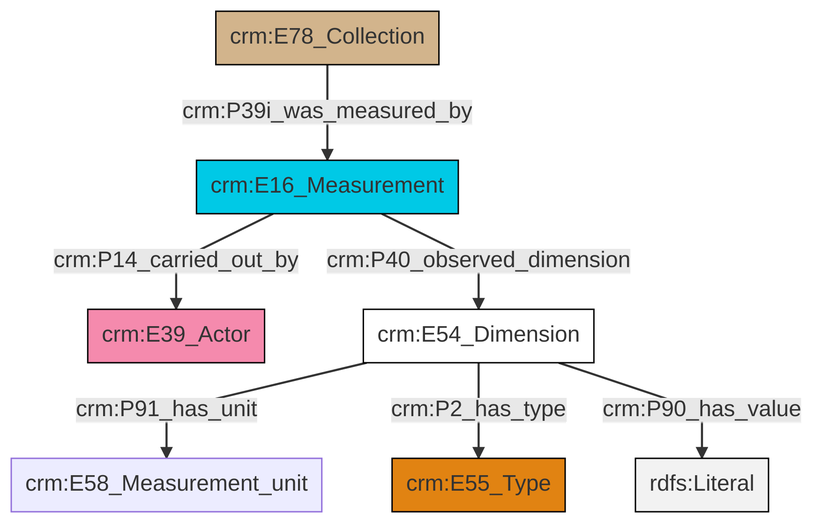
Before: et/archivalCSV/ttl/mmd/png/archival_substance.png, a diagram exported from Mermaid (swiss-art-research-net/docs.swissartresearch). Its source is kept beside it as et/archivalCSV/ttl/mmd/archival_substance.ttl.mmd.
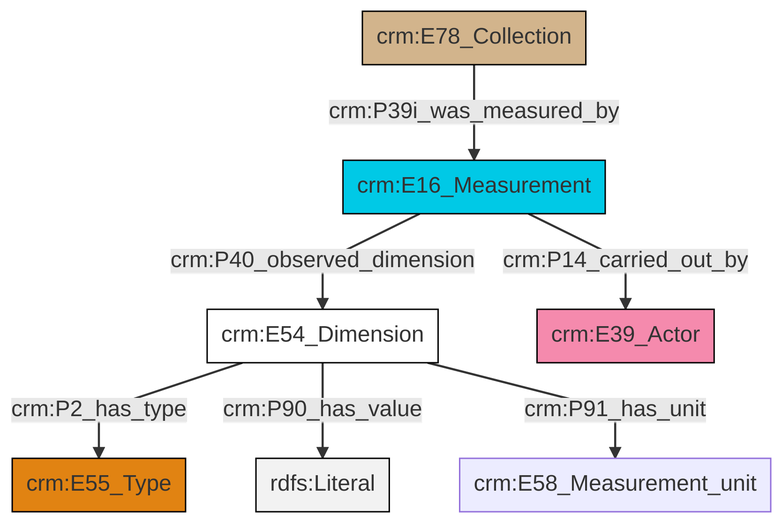
After the commit.

Change to the diagram source:
```diff
@@ -13,9 +13,9 @@
 classDef PC_Classes fill:#4ce600, stroke:#000000;
 classDef Multi fill:#cccccc,stroke:#000000;
 
-2["crm:E78_Collection"]:::Physical_Thing -->|crm:P39i_was_measured_by| 3["crm:E16_Measurement"]:::Temporal_Entity
-9["crm:E54_Dimension"]:::CRM_Entity -->|crm:P91_has_unit| 5["crm:E58_Measurement_unit"]:::Default
-9["crm:E54_Dimension"]:::CRM_Entity -->|crm:P2_has_type| 7["crm:E55_Type"]:::Type
-9["crm:E54_Dimension"]:::CRM_Entity -->|crm:P90_has_value| 10[rdfs:Literal]:::Literal
-3["crm:E16_Measurement"]:::Temporal_Entity -->|crm:P40_observed_dimension| 9["crm:E54_Dimension"]:::CRM_Entity
-3["crm:E16_Measurement"]:::Temporal_Entity -->|crm:P14_carried_out_by| 0["crm:E39_Actor"]:::Actor
+4["crm:E16_Measurement"]:::Temporal_Entity -->|crm:P40_observed_dimension| 6["crm:E54_Dimension"]:::CRM_Entity
+2["crm:E78_Collection"]:::Physical_Thing -->|crm:P39i_was_measured_by| 4["crm:E16_Measurement"]:::Temporal_Entity
+4["crm:E16_Measurement"]:::Temporal_Entity -->|crm:P14_carried_out_by| 7["crm:E39_Actor"]:::Actor
+6["crm:E54_Dimension"]:::CRM_Entity -->|crm:P2_has_type| 10["crm:E55_Type"]:::Type
+6["crm:E54_Dimension"]:::CRM_Entity -->|crm:P90_has_value| 11[rdfs:Literal]:::Literal
+6["crm:E54_Dimension"]:::CRM_Entity -->|crm:P91_has_unit| 0["crm:E58_Measurement_unit"]:::Default
```
